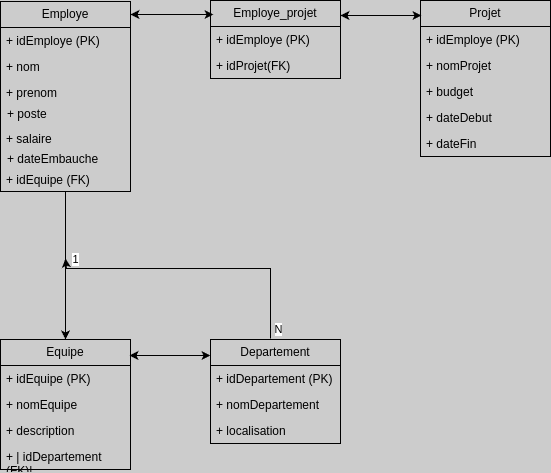
Earlier version of the draw.io export MCD.png (ach-ser-enset/Base-de-donn-es). Source tidied: cells renumbered, new cells last; positions are measured from the earlier drawing's top-left corner, leaving out a move shared by most shapes.
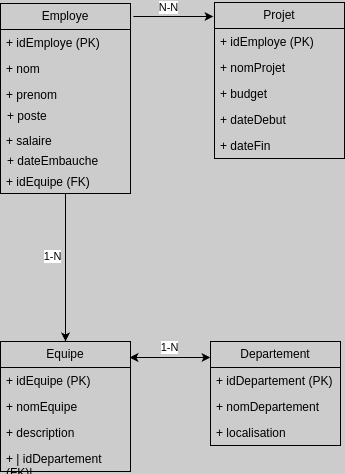
After the commit.

Diff of the diagram source:
```diff
@@ -5,6 +5,11 @@
     <mxCell id="2" style="edgeStyle=orthogonalEdgeStyle;rounded=0;jettySize=auto;html=1;" parent="1" edge="1" source="3" target="8">
       <mxGeometry relative="1" as="geometry" />
     </mxCell>
+    <mxCell id="38" value="1-N" style="edgeLabel;html=1;align=center;verticalAlign=middle;" parent="2" vertex="1">
+      <mxGeometry x="-0.16" y="-1" relative="1" as="geometry">
+        <mxPoint x="-13" as="offset" />
+      </mxGeometry>
+    </mxCell>
     <mxCell id="3" value="Employe" style="swimlane;fontStyle=0;horizontal=1;startSize=26;fillColor=none;whiteSpace=wrap;html=1;" parent="1" vertex="1">
       <mxGeometry y="1" width="130" height="190" as="geometry" />
     </mxCell>
@@ -42,23 +47,8 @@
     <mxCell id="12" value="+ | idDepartement (FK)|&lt;div&gt;&lt;br/&gt;&lt;/div&gt;" style="text;strokeColor=none;fillColor=none;align=left;verticalAlign=top;spacingLeft=4;spacingRight=4;overflow=hidden;whiteSpace=wrap;html=1;" parent="8" vertex="1">
       <mxGeometry y="104" width="130" height="26" as="geometry" />
     </mxCell>
-    <mxCell id="13" style="edgeStyle=orthogonalEdgeStyle;rounded=0;orthogonalLoop=1;jettySize=auto;html=1;" parent="1" edge="1">
-      <mxGeometry relative="1" as="geometry">
-        <mxPoint x="341" y="15" as="sourcePoint" />
-        <mxPoint x="421" y="15" as="targetPoint" />
-      </mxGeometry>
-    </mxCell>
-    <mxCell id="14" value="Employe_projet" style="swimlane;fontStyle=0;horizontal=1;startSize=26;fillColor=none;whiteSpace=wrap;html=1;" parent="1" vertex="1">
-      <mxGeometry x="210" width="130" height="78" as="geometry" />
-    </mxCell>
-    <mxCell id="15" value="+&amp;nbsp;idEmploye (PK) " style="text;strokeColor=none;fillColor=none;align=left;verticalAlign=top;spacingLeft=4;spacingRight=4;overflow=hidden;whiteSpace=wrap;html=1;" parent="14" vertex="1">
-      <mxGeometry y="26" width="130" height="26" as="geometry" />
-    </mxCell>
-    <mxCell id="16" value="+ idProjet(FK)&lt;div&gt;&lt;br&gt;&lt;/div&gt;" style="text;strokeColor=none;fillColor=none;align=left;verticalAlign=top;spacingLeft=4;spacingRight=4;overflow=hidden;whiteSpace=wrap;html=1;" parent="14" vertex="1">
-      <mxGeometry y="52" width="130" height="26" as="geometry" />
-    </mxCell>
     <mxCell id="17" value="Projet" style="swimlane;fontStyle=0;horizontal=1;startSize=26;fillColor=none;whiteSpace=wrap;html=1;" parent="1" vertex="1">
-      <mxGeometry x="420" width="130" height="156" as="geometry" />
+      <mxGeometry x="214" width="130" height="156" as="geometry" />
     </mxCell>
     <mxCell id="18" value="+&amp;nbsp;idEmploye (PK) " style="text;strokeColor=none;fillColor=none;align=left;verticalAlign=top;spacingLeft=4;spacingRight=4;overflow=hidden;whiteSpace=wrap;html=1;" parent="17" vertex="1">
       <mxGeometry y="26" width="130" height="26" as="geometry" />
@@ -75,26 +65,6 @@
     <mxCell id="22" value="+ dateFin&lt;div&gt;&lt;br&gt;&lt;/div&gt;" style="text;strokeColor=none;fillColor=none;align=left;verticalAlign=top;spacingLeft=4;spacingRight=4;overflow=hidden;whiteSpace=wrap;html=1;" parent="17" vertex="1">
       <mxGeometry y="130" width="130" height="26" as="geometry" />
     </mxCell>
-    <mxCell id="23" style="edgeStyle=orthogonalEdgeStyle;rounded=0;orthogonalLoop=1;jettySize=auto;html=1;" parent="1" edge="1">
-      <mxGeometry relative="1" as="geometry">
-        <mxPoint x="270" y="338" as="sourcePoint" />
-        <mxPoint x="65" y="258" as="targetPoint" />
-        <Array as="points">
-          <mxPoint x="270" y="268" />
-          <mxPoint x="66" y="268" />
-        </Array>
-      </mxGeometry>
-    </mxCell>
-    <mxCell id="24" value="1" style="edgeLabel;html=1;align=center;verticalAlign=middle;" parent="23" vertex="1">
-      <mxGeometry x="0.96" relative="1" as="geometry">
-        <mxPoint x="9" y="-5" as="offset" />
-      </mxGeometry>
-    </mxCell>
-    <mxCell id="25" value="N" style="edgeLabel;html=1;align=center;verticalAlign=middle;" parent="23" vertex="1">
-      <mxGeometry x="-0.93" y="-2" relative="1" as="geometry">
-        <mxPoint x="5" as="offset" />
-      </mxGeometry>
-    </mxCell>
     <mxCell id="26" value="Departement" style="swimlane;fontStyle=0;horizontal=1;startSize=26;fillColor=none;whiteSpace=wrap;html=1;" parent="1" vertex="1">
       <mxGeometry x="210" y="339" width="130" height="104" as="geometry" />
     </mxCell>
@@ -113,24 +83,22 @@
         <mxPoint x="129" y="355" as="targetPoint" />
       </mxGeometry>
     </mxCell>
+    <mxCell id="39" value="1-N" style="edgeLabel;html=1;align=center;verticalAlign=middle;" parent="30" vertex="1">
+      <mxGeometry x="0.12" relative="1" as="geometry">
+        <mxPoint x="5" y="-11" as="offset" />
+      </mxGeometry>
+    </mxCell>
     <mxCell id="31" style="edgeStyle=orthogonalEdgeStyle;rounded=0;orthogonalLoop=1;jettySize=auto;html=1;entryX=0;entryY=0.5;entryDx=0;entryDy=0;" parent="1" edge="1">
       <mxGeometry relative="1" as="geometry">
         <mxPoint x="133" y="14" as="sourcePoint" />
         <mxPoint x="213" y="14" as="targetPoint" />
       </mxGeometry>
     </mxCell>
-    <mxCell id="32" style="edgeStyle=orthogonalEdgeStyle;rounded=0;orthogonalLoop=1;jettySize=auto;html=1;entryX=1;entryY=0.5;entryDx=0;entryDy=0;" parent="1" edge="1">
-      <mxGeometry relative="1" as="geometry">
-        <mxPoint x="210" y="14" as="sourcePoint" />
-        <mxPoint x="130" y="14" as="targetPoint" />
-      </mxGeometry>
-    </mxCell>
-    <mxCell id="33" style="edgeStyle=orthogonalEdgeStyle;rounded=0;orthogonalLoop=1;jettySize=auto;html=1;entryX=1;entryY=0.5;entryDx=0;entryDy=0;" parent="1" edge="1">
-      <mxGeometry relative="1" as="geometry">
-        <mxPoint x="420" y="15" as="sourcePoint" />
-        <mxPoint x="340" y="15" as="targetPoint" />
-      </mxGeometry>
-    </mxCell>
+    <mxCell id="40" value="N-N" style="edgeLabel;html=1;align=center;verticalAlign=middle;" parent="31" vertex="1">
+      <mxGeometry x="-0.15" y="3" relative="1" as="geometry">
+        <mxPoint y="-7" as="offset" />
+      </mxGeometry>
+    </mxCell>
     <mxCell id="34" value="+ salaire" style="text;strokeColor=none;fillColor=none;align=left;verticalAlign=top;spacingLeft=4;spacingRight=4;overflow=hidden;whiteSpace=wrap;html=1;" parent="1" vertex="1">
       <mxGeometry y="125" width="130" height="40" as="geometry" />
     </mxCell>
```
